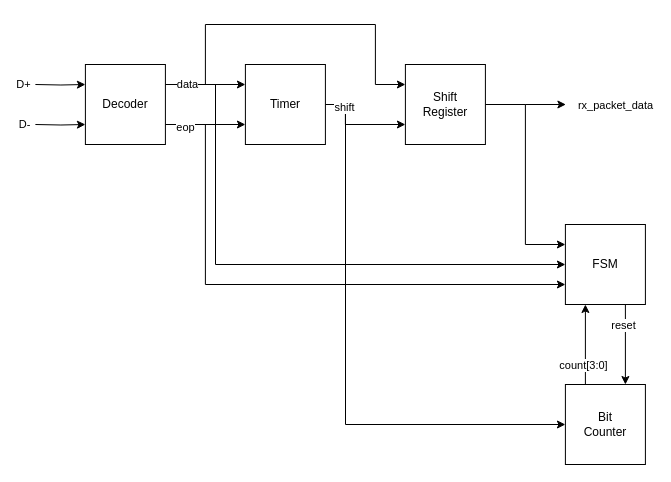
Before: page "Top Level" (1 of 6) of diagrams/usb-rx.drawio in bryceberger/337-project, a draw.io diagram. Source tidied: cells renumbered, new cells numbered last; positions are measured from the earlier drawing's top-left corner, leaving out a move shared by most shapes. Both pictures are drawn from the tidied source at 100%, with x=0, y=0 at pixel (35, 24).
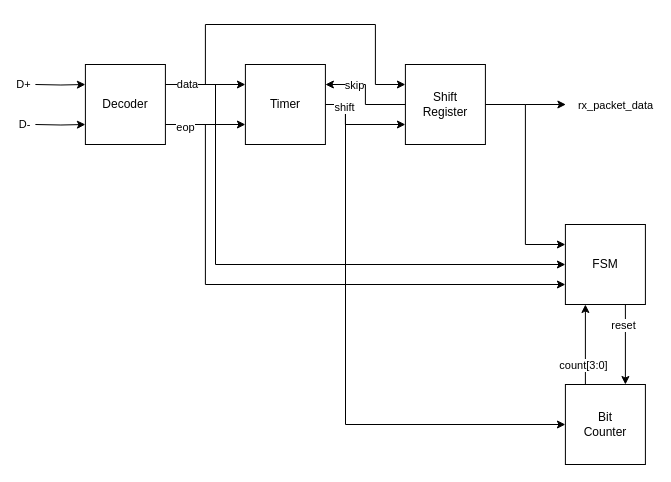
The same diagram, later.

Unchanged cells that the change refers to:
```xml
<mxCell id="16" value="Timer" style="whiteSpace=wrap;html=1;" parent="1" vertex="1">
  <mxGeometry x="209.9" y="40" width="80" height="80" as="geometry" />
</mxCell>
<mxCell id="20" value="Shift&lt;br&gt;Register" style="whiteSpace=wrap;html=1;" parent="1" vertex="1">
  <mxGeometry x="369.9" y="40" width="80" height="80" as="geometry" />
</mxCell>
```

Diff of the diagram source:
```diff
@@
+    <mxCell id="27" style="edgeStyle=orthogonalEdgeStyle;rounded=0;jettySize=auto;html=1;exitX=0;exitY=0.5;exitDx=0;exitDy=0;entryX=1;entryY=0.25;entryDx=0;entryDy=0;" parent="1" edge="1" source="20" target="16">
+      <mxGeometry relative="1" as="geometry" />
+    </mxCell>
+    <mxCell id="28" value="skip" style="edgeLabel;html=1;align=center;verticalAlign=middle;" parent="27" vertex="1">
+      <mxGeometry x="0.42" relative="1" as="geometry" />
+    </mxCell>
```
